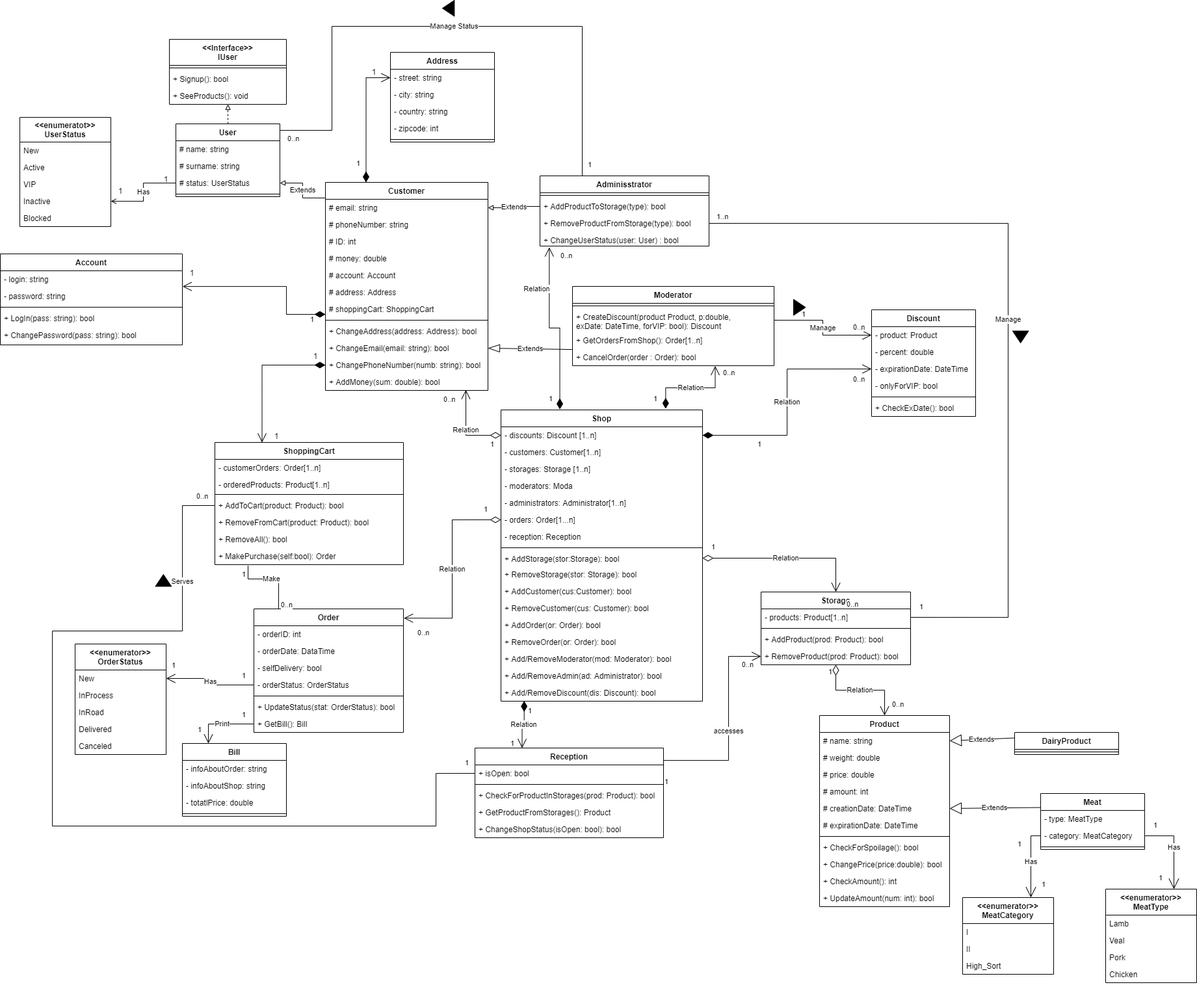
Above: ShopConseptualUML.drawio.png in olh-msk/SigmaTask10 (draw.io), before the change. Source tidied: cells renumbered, new cells last; positions are measured from the earlier drawing's top-left corner, leaving out a move shared by most shapes.
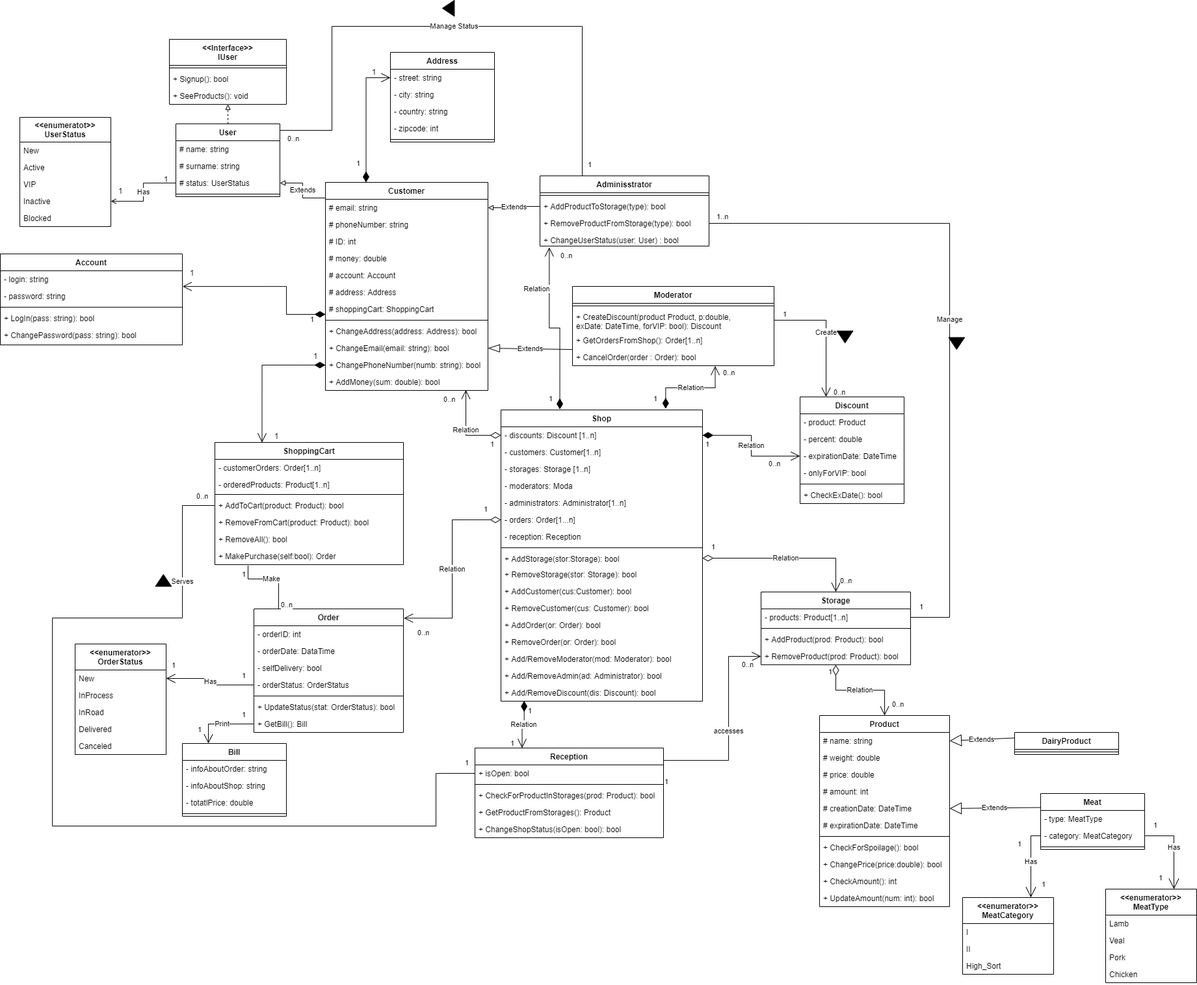
The same diagram one commit later.

The edit, as a diff of the source:
```diff
@@ -367,7 +367,7 @@
       <mxGeometry relative="1" as="geometry" />
     </mxCell>
     <mxCell id="119" value="Discount" style="swimlane;fontStyle=1;align=center;verticalAlign=top;horizontal=1;startSize=26;" parent="1" vertex="1">
-      <mxGeometry x="1340" y="476" width="160" height="164" as="geometry" />
+      <mxGeometry x="1230" y="610" width="160" height="164" as="geometry" />
     </mxCell>
     <mxCell id="120" value="- product: Product" style="text;strokeColor=none;fillColor=none;align=left;verticalAlign=top;spacingLeft=4;spacingRight=4;overflow=hidden;points=[[0,0.5],[1,0.5]];portConstraint=eastwest;" parent="119" vertex="1">
       <mxGeometry y="26" width="160" height="26" as="geometry" />
@@ -496,12 +496,12 @@
     </mxCell>
     <mxCell id="157" value="0..n" style="edgeLabel;html=1;align=left;verticalAlign=top;" parent="156" vertex="1">
       <mxGeometry x="-1" relative="1" as="geometry">
-        <mxPoint x="230" y="-99" as="offset" />
+        <mxPoint x="200" y="-79" as="offset" />
       </mxGeometry>
     </mxCell>
     <mxCell id="158" value="1" style="edgeLabel;html=1;align=right;verticalAlign=top;" parent="156" vertex="1">
       <mxGeometry x="1" relative="1" as="geometry">
-        <mxPoint x="-170" y="103" as="offset" />
+        <mxPoint x="-140" y="-31" as="offset" />
       </mxGeometry>
     </mxCell>
     <mxCell id="159" value="Has" style="endArrow=none;html=1;endSize=12;startArrow=open;startSize=14;startFill=0;edgeStyle=orthogonalEdgeStyle;rounded=0;strokeWidth=1;exitX=0.75;exitY=0;exitDx=0;exitDy=0;entryX=0;entryY=0.5;entryDx=0;entryDy=0;endFill=0;" parent="1" edge="1" source="140" target="136">
@@ -586,8 +586,8 @@
           <mxPoint x="670" y="1189" />
           <mxPoint x="670" y="1270" />
           <mxPoint x="80" y="1270" />
-          <mxPoint x="80" y="970" />
-          <mxPoint x="280" y="970" />
+          <mxPoint x="80" y="950" />
+          <mxPoint x="280" y="950" />
           <mxPoint x="280" y="777" />
         </Array>
       </mxGeometry>
@@ -639,7 +639,7 @@
     </mxCell>
     <mxCell id="190" value="0..n" style="edgeLabel;html=1;align=left;verticalAlign=top;fillColor=#000000;gradientColor=none;" parent="189" vertex="1">
       <mxGeometry x="-1" relative="1" as="geometry">
-        <mxPoint x="220" y="58" as="offset" />
+        <mxPoint x="210" y="22" as="offset" />
       </mxGeometry>
     </mxCell>
     <mxCell id="191" value="1" style="edgeLabel;html=1;align=right;verticalAlign=top;fillColor=#000000;gradientColor=none;" parent="189" vertex="1">
@@ -650,8 +650,8 @@
     <mxCell id="192" value="Manage" style="endArrow=none;html=1;endSize=12;startArrow=none;startSize=14;startFill=0;edgeStyle=orthogonalEdgeStyle;rounded=0;strokeWidth=1;exitX=1;exitY=0.5;exitDx=0;exitDy=0;entryX=1;entryY=0.5;entryDx=0;entryDy=0;endFill=0;" parent="1" edge="1" source="14" target="7">
       <mxGeometry relative="1" as="geometry">
         <Array as="points">
-          <mxPoint x="1550" y="343" />
-          <mxPoint x="1550" y="949" />
+          <mxPoint x="1460" y="343" />
+          <mxPoint x="1460" y="949" />
         </Array>
       </mxGeometry>
     </mxCell>
@@ -666,22 +666,22 @@
       </mxGeometry>
     </mxCell>
     <mxCell id="195" style="triangle;whiteSpace=wrap;html=1;rotation=90;fillColor=#000000;" parent="1" vertex="1">
-      <mxGeometry x="1560" y="505.5" width="18.4" height="24.5" as="geometry" />
+      <mxGeometry x="1461.7" y="515.5" width="18.4" height="24.5" as="geometry" />
     </mxCell>
-    <mxCell id="196" style="triangle;whiteSpace=wrap;html=1;rotation=0;fillColor=#000000;" parent="1" vertex="1">
-      <mxGeometry x="1220" y="460" width="18.4" height="24.5" as="geometry" />
+    <mxCell id="196" style="triangle;whiteSpace=wrap;html=1;rotation=90;fillColor=#000000;" parent="1" vertex="1">
+      <mxGeometry x="1290" y="505.5" width="18.4" height="24.5" as="geometry" />
     </mxCell>
-    <mxCell id="197" value="Manage" style="endArrow=open;html=1;endSize=12;startArrow=none;startSize=14;startFill=0;edgeStyle=orthogonalEdgeStyle;rounded=0;entryX=0;entryY=0.5;entryDx=0;entryDy=0;exitX=1;exitY=0.5;exitDx=0;exitDy=0;" parent="1" edge="1" source="68" target="120">
+    <mxCell id="197" value="Create" style="endArrow=open;html=1;endSize=12;startArrow=none;startSize=14;startFill=0;edgeStyle=orthogonalEdgeStyle;rounded=0;entryX=0.25;entryY=0;entryDx=0;entryDy=0;exitX=1;exitY=0.5;exitDx=0;exitDy=0;" parent="1" edge="1" source="68" target="119">
       <mxGeometry relative="1" as="geometry" />
     </mxCell>
     <mxCell id="198" value="0..n" style="edgeLabel;html=1;align=left;verticalAlign=top;" parent="197" vertex="1">
       <mxGeometry x="-1" relative="1" as="geometry">
-        <mxPoint x="120" y="-2" as="offset" />
+        <mxPoint x="-10" y="208" as="offset" />
       </mxGeometry>
     </mxCell>
     <mxCell id="199" value="1" style="edgeLabel;html=1;align=right;verticalAlign=top;" parent="197" vertex="1">
       <mxGeometry x="1" relative="1" as="geometry">
-        <mxPoint x="-101" y="-45" as="offset" />
+        <mxPoint x="-60" y="-140" as="offset" />
       </mxGeometry>
     </mxCell>
     <mxCell id="200" value="Manage Status" style="endArrow=none;html=1;endSize=12;startArrow=none;startSize=14;startFill=0;edgeStyle=orthogonalEdgeStyle;rounded=0;strokeWidth=1;exitX=0.25;exitY=0;exitDx=0;exitDy=0;entryX=1;entryY=0.089;entryDx=0;entryDy=0;entryPerimeter=0;endFill=0;" parent="1" edge="1" source="11" target="18">
```
